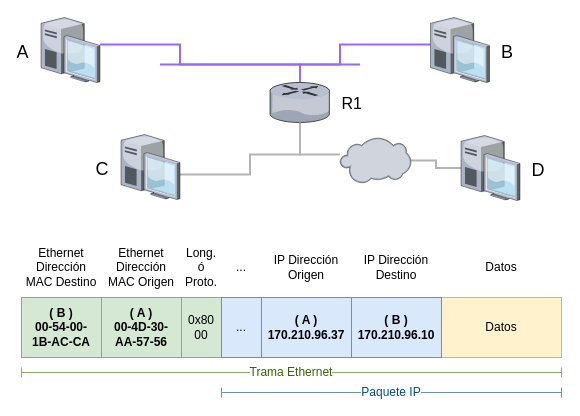
This is images/encapsulamiento-entrega-directa.drawio from redesunlu/tyr-trabajos-practicos, a draw.io file, before an edit. Source tidied: cells renumbered, new cells numbered last; positions are measured from the earlier drawing's top-left corner, leaving out a move shared by most shapes. Both pictures are drawn from the tidied source at 100%, with x=0, y=0 at pixel (21, 17).
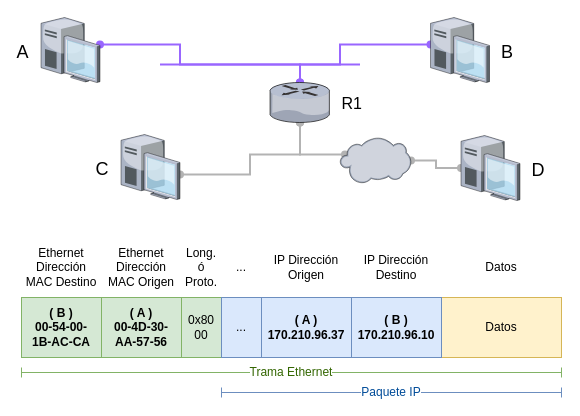
The same page after the edit.

The change refers to these unchanged cells:
```xml
<mxCell id="19" value="A" style="verticalLabelPosition=middle;verticalAlign=middle;strokeColor=none;align=right;outlineConnect=0;shape=mxgraph.citrix.desktop;labelBackgroundColor=none;fontColor=#000000;fontSize=18;labelPosition=left;spacingRight=10;" parent="1" vertex="1">
  <mxGeometry x="19.5" width="59" height="65" as="geometry" />
</mxCell>
<mxCell id="21" value="B" style="verticalLabelPosition=middle;verticalAlign=middle;strokeColor=none;align=left;outlineConnect=0;shape=mxgraph.citrix.desktop;labelBackgroundColor=none;fontColor=#000000;fontSize=18;labelPosition=right;spacingLeft=10;" parent="1" vertex="1">
  <mxGeometry x="409" width="59" height="65" as="geometry" />
</mxCell>
<mxCell id="26" value="C" style="verticalLabelPosition=middle;verticalAlign=middle;strokeColor=none;align=right;outlineConnect=0;shape=mxgraph.citrix.desktop;labelBackgroundColor=none;fontColor=#000000;fontSize=18;labelPosition=left;spacingRight=10;" parent="1" vertex="1">
  <mxGeometry x="99.5" y="117" width="59" height="65" as="geometry" />
</mxCell>
<mxCell id="28" value="D" style="verticalLabelPosition=middle;verticalAlign=middle;strokeColor=none;align=left;outlineConnect=0;shape=mxgraph.citrix.desktop;labelBackgroundColor=none;fontColor=#000000;fontSize=18;labelPosition=right;spacingLeft=10;" parent="1" vertex="1">
  <mxGeometry x="439.5" y="118" width="59" height="65" as="geometry" />
</mxCell>
<mxCell id="29" style="verticalLabelPosition=bottom;html=1;verticalAlign=top;strokeColor=none;align=center;outlineConnect=0;shape=mxgraph.citrix.cloud;labelBackgroundColor=none;fontSize=16;fontColor=#000000;" parent="1" vertex="1">
  <mxGeometry x="318.5" y="120" width="71" height="46" as="geometry" />
</mxCell>
```

The edit, as a diff of the source:
```diff
@@
-    <mxCell id="18" style="edgeStyle=orthogonalEdgeStyle;rounded=0;jettySize=auto;html=1;fontColor=#004C99;endArrow=none;endFill=0;strokeWidth=2;strokeColor=#9966FF;" parent="1" edge="1" source="19" target="24">
+    <mxCell id="18" style="edgeStyle=orthogonalEdgeStyle;rounded=0;jettySize=auto;html=1;fontColor=#004C99;endArrow=oval;endFill=1;strokeWidth=2;strokeColor=#9966FF;startArrow=oval;startFill=1;" parent="1" edge="1" source="19" target="24">
       <mxGeometry relative="1" as="geometry">
         <Array as="points">
           <mxPoint x="158.5" y="27" />
           <mxPoint x="158.5" y="47" />
           <mxPoint x="278.5" y="47" />
         </Array>
       </mxGeometry>
     </mxCell>
@@
-    <mxCell id="20" style="edgeStyle=orthogonalEdgeStyle;rounded=0;jettySize=auto;html=1;fontColor=#004C99;endArrow=none;endFill=0;strokeWidth=2;strokeColor=#9966FF;" parent="1" edge="1" source="21" target="24">
+    <mxCell id="20" style="edgeStyle=orthogonalEdgeStyle;rounded=0;jettySize=auto;html=1;fontColor=#004C99;endArrow=oval;endFill=1;strokeWidth=2;strokeColor=#9966FF;startArrow=oval;startFill=1;" parent="1" edge="1" source="21" target="24">
       <mxGeometry relative="1" as="geometry">
         <Array as="points">
           <mxPoint x="318.5" y="27" />
           <mxPoint x="318.5" y="47" />
           <mxPoint x="278.5" y="47" />
         </Array>
       </mxGeometry>
     </mxCell>
@@
-    <mxCell id="23" style="edgeStyle=orthogonalEdgeStyle;rounded=0;jettySize=auto;html=1;endArrow=none;endFill=0;strokeColor=#B3B3B3;strokeWidth=2;fontSize=16;fontColor=#000000;" parent="1" edge="1" source="24" target="29">
+    <mxCell id="23" style="edgeStyle=orthogonalEdgeStyle;rounded=0;jettySize=auto;html=1;endArrow=oval;endFill=1;strokeColor=#B3B3B3;strokeWidth=2;fontSize=16;fontColor=#000000;startArrow=oval;startFill=1;targetPerimeterSpacing=-5;" parent="1" edge="1" source="24" target="29">
       <mxGeometry relative="1" as="geometry">
         <Array as="points">
           <mxPoint x="278.5" y="137" />
         </Array>
       </mxGeometry>
     </mxCell>
-    <mxCell id="24" value="R1" style="verticalLabelPosition=middle;verticalAlign=middle;strokeColor=none;align=left;outlineConnect=0;shape=mxgraph.citrix.router;fillColor=#ffffff;fontSize=16;labelPosition=right;spacingLeft=10;" parent="1" vertex="1">
-      <mxGeometry x="248.5" y="65" width="60" height="40" as="geometry" />
-    </mxCell>
-    <mxCell id="25" style="edgeStyle=orthogonalEdgeStyle;rounded=0;jettySize=auto;html=1;endArrow=none;endFill=0;strokeColor=#B3B3B3;strokeWidth=2;fontSize=16;fontColor=#000000;" parent="1" edge="1" source="26" target="24">
+    <mxCell id="25" style="edgeStyle=orthogonalEdgeStyle;rounded=0;jettySize=auto;html=1;endArrow=oval;endFill=1;strokeColor=#B3B3B3;strokeWidth=2;fontSize=16;fontColor=#000000;startArrow=oval;startFill=1;" parent="1" edge="1" source="26" target="24">
       <mxGeometry relative="1" as="geometry">
         <Array as="points">
           <mxPoint x="228.5" y="157" />
           <mxPoint x="228.5" y="137" />
           <mxPoint x="278.5" y="137" />
         </Array>
       </mxGeometry>
     </mxCell>
@@
-    <mxCell id="27" style="edgeStyle=orthogonalEdgeStyle;rounded=0;jettySize=auto;html=1;endArrow=none;endFill=0;strokeColor=#B3B3B3;strokeWidth=2;fontSize=16;fontColor=#000000;" parent="1" edge="1" source="28" target="29">
+    <mxCell id="27" style="edgeStyle=orthogonalEdgeStyle;rounded=0;jettySize=auto;html=1;endArrow=oval;endFill=1;strokeColor=#B3B3B3;strokeWidth=2;fontSize=16;fontColor=#000000;startArrow=oval;startFill=1;" parent="1" edge="1" source="28" target="29">
       <mxGeometry relative="1" as="geometry" />
     </mxCell>
@@
+    <mxCell id="24" value="R1" style="verticalLabelPosition=middle;verticalAlign=middle;strokeColor=none;align=left;outlineConnect=0;shape=mxgraph.citrix.router;fillColor=#ffffff;fontSize=16;labelPosition=right;spacingLeft=10;" parent="1" vertex="1">
+      <mxGeometry x="248.5" y="65" width="60" height="40" as="geometry" />
+    </mxCell>
```
